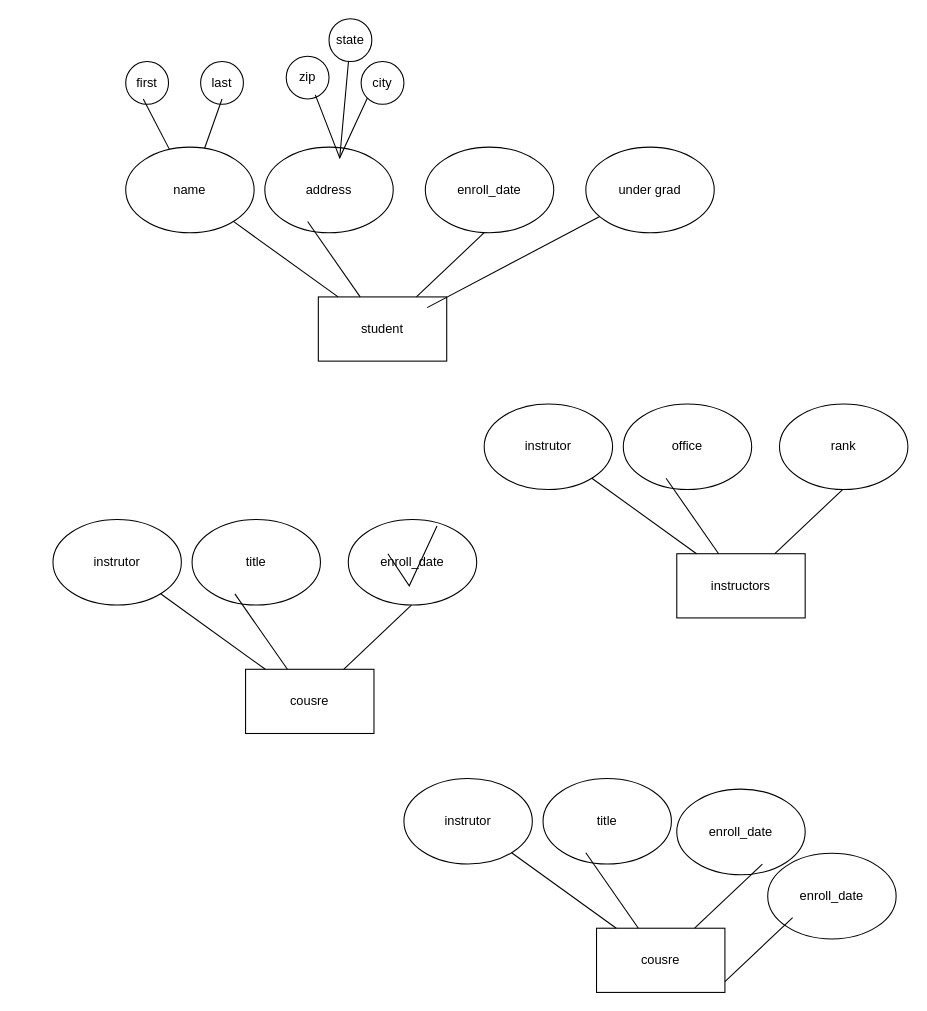
Above: Untitled Diagram.drawio in DestineeAdams/VentBot (draw.io), before the change. Source tidied: cells renumbered, new cells numbered last; positions are measured from the earlier drawing's top-left corner, leaving out a move shared by most shapes. Both pictures are drawn from the tidied source at 107%, with x=0, y=0 at pixel (52, 18).
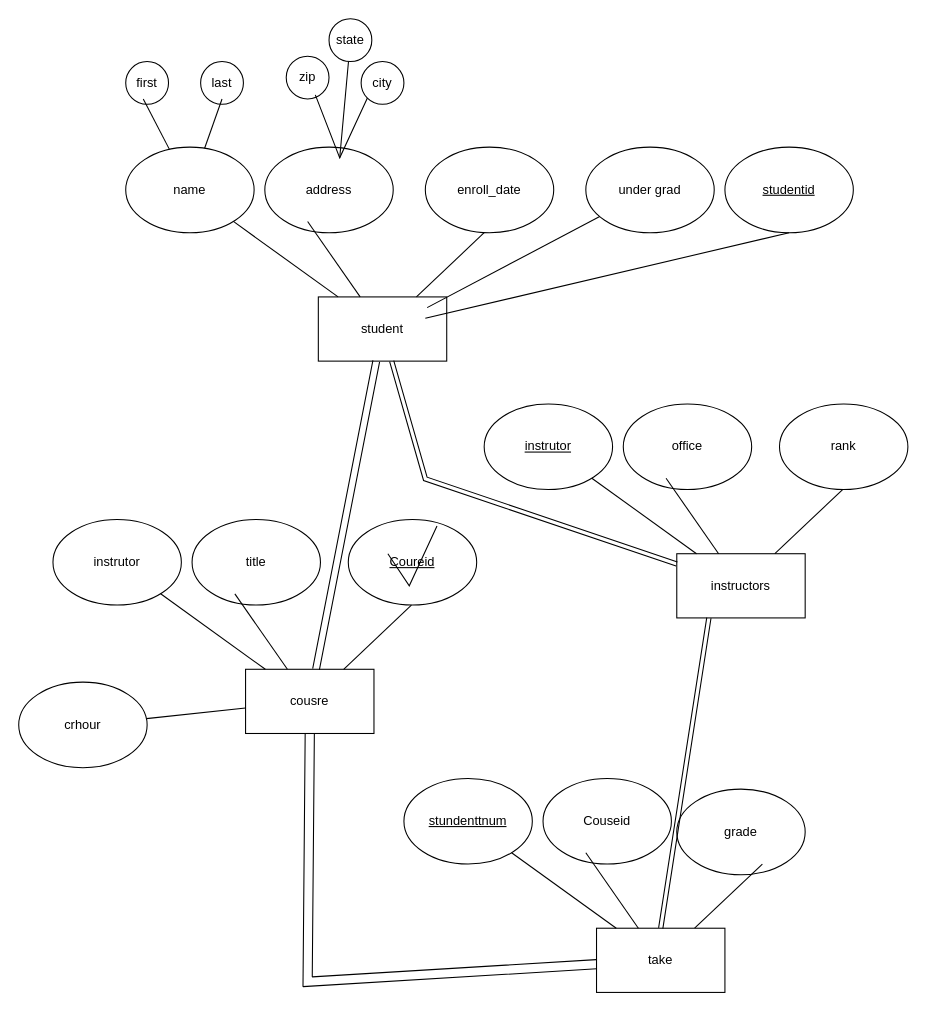
The same page after the edit.

The change refers to these unchanged cells:
```xml
<mxCell id="2" value="student" style="rounded=0;whiteSpace=wrap;html=1;" parent="1" vertex="1">
  <mxGeometry x="248" y="260" width="120" height="60" as="geometry" />
</mxCell>
<mxCell id="20" value="cousre" style="rounded=0;whiteSpace=wrap;html=1;" parent="1" vertex="1">
  <mxGeometry x="180" y="608" width="120" height="60" as="geometry" />
</mxCell>
<mxCell id="28" value="instructors" style="rounded=0;whiteSpace=wrap;html=1;" parent="1" vertex="1">
  <mxGeometry x="583" y="500" width="120" height="60" as="geometry" />
</mxCell>
```

Change to the diagram source:
```diff
@@
-    <mxCell id="22" value="enroll_date" style="ellipse;whiteSpace=wrap;html=1;" parent="1" vertex="1">
+    <mxCell id="22" value="&lt;u&gt;Coureid&lt;/u&gt;" style="ellipse;whiteSpace=wrap;html=1;" parent="1" vertex="1">
       <mxGeometry x="276" y="468" width="120" height="80" as="geometry" />
     </mxCell>
@@
-    <mxCell id="31" value="instrutor" style="ellipse;whiteSpace=wrap;html=1;" parent="1" vertex="1">
+    <mxCell id="31" value="&lt;u&gt;instrutor&lt;/u&gt;" style="ellipse;whiteSpace=wrap;html=1;" parent="1" vertex="1">
       <mxGeometry x="403" y="360" width="120" height="80" as="geometry" />
     </mxCell>
@@
-    <mxCell id="35" value="cousre" style="rounded=0;whiteSpace=wrap;html=1;" parent="1" vertex="1">
+    <mxCell id="35" value="take" style="rounded=0;whiteSpace=wrap;html=1;" parent="1" vertex="1">
       <mxGeometry x="508" y="850" width="120" height="60" as="geometry" />
     </mxCell>
-    <mxCell id="36" value="title" style="ellipse;whiteSpace=wrap;html=1;" parent="1" vertex="1">
+    <mxCell id="36" value="Couseid" style="ellipse;whiteSpace=wrap;html=1;" parent="1" vertex="1">
       <mxGeometry x="458" y="710" width="120" height="80" as="geometry" />
     </mxCell>
-    <mxCell id="37" value="enroll_date" style="ellipse;whiteSpace=wrap;html=1;" parent="1" vertex="1">
+    <mxCell id="37" value="grade" style="ellipse;whiteSpace=wrap;html=1;" parent="1" vertex="1">
       <mxGeometry x="583" y="720" width="120" height="80" as="geometry" />
     </mxCell>
-    <mxCell id="38" value="instrutor" style="ellipse;whiteSpace=wrap;html=1;" parent="1" vertex="1">
+    <mxCell id="38" value="&lt;u&gt;stundenttnum&lt;/u&gt;" style="ellipse;whiteSpace=wrap;html=1;" parent="1" vertex="1">
       <mxGeometry x="328" y="710" width="120" height="80" as="geometry" />
     </mxCell>
@@
-    <mxCell id="42" value="enroll_date" style="ellipse;whiteSpace=wrap;html=1;" parent="1" vertex="1">
-      <mxGeometry x="668" y="780" width="120" height="80" as="geometry" />
-    </mxCell>
-    <mxCell id="43" style="endArrow=none;html=1;rounded=0;" parent="1" edge="1">
-      <mxGeometry relative="1" as="geometry">
-        <mxPoint x="628" y="900" as="sourcePoint" />
-        <mxPoint x="691.3" y="840" as="targetPoint" />
-      </mxGeometry>
-    </mxCell>
+    <mxCell id="44" style="shape=link;html=1;rounded=0;" parent="1" edge="1" source="28" target="2">
+      <mxGeometry relative="1" as="geometry">
+        <Array as="points">
+          <mxPoint x="348" y="430" />
+        </Array>
+      </mxGeometry>
+    </mxCell>
+    <mxCell id="45" style="shape=link;html=1;rounded=0;exitX=0.5;exitY=0;exitDx=0;exitDy=0;entryX=0.25;entryY=1;entryDx=0;entryDy=0;" parent="1" edge="1" source="35" target="28">
+      <mxGeometry relative="1" as="geometry" />
+    </mxCell>
+    <mxCell id="46" style="shape=link;html=1;rounded=0;width=-8.571428571428571;exitX=0.5;exitY=1;exitDx=0;exitDy=0;" parent="1" edge="1" source="20" target="35">
+      <mxGeometry relative="1" as="geometry">
+        <Array as="points">
+          <mxPoint x="238" y="900" />
+        </Array>
+      </mxGeometry>
+    </mxCell>
+    <mxCell id="47" style="shape=link;html=1;rounded=0;width=6.363636363636363;" parent="1" edge="1" source="2" target="20">
+      <mxGeometry relative="1" as="geometry" />
+    </mxCell>
+    <mxCell id="48" value="&lt;u&gt;studentid&lt;/u&gt;" style="ellipse;whiteSpace=wrap;html=1;" parent="1" vertex="1">
+      <mxGeometry x="628" y="120" width="120" height="80" as="geometry" />
+    </mxCell>
+    <mxCell id="49" style="endArrow=none;html=1;rounded=0;entryX=0.5;entryY=1;entryDx=0;entryDy=0;" parent="1" edge="1" target="48">
+      <mxGeometry relative="1" as="geometry">
+        <mxPoint x="348" y="280" as="sourcePoint" />
+      </mxGeometry>
+    </mxCell>
+    <mxCell id="50" value="crhour" style="ellipse;whiteSpace=wrap;html=1;" parent="1" vertex="1">
+      <mxGeometry x="-32" y="620" width="120" height="80" as="geometry" />
+    </mxCell>
+    <mxCell id="51" style="endArrow=none;html=1;rounded=0;" parent="1" edge="1" source="50" target="20">
+      <mxGeometry relative="1" as="geometry" />
+    </mxCell>
```
